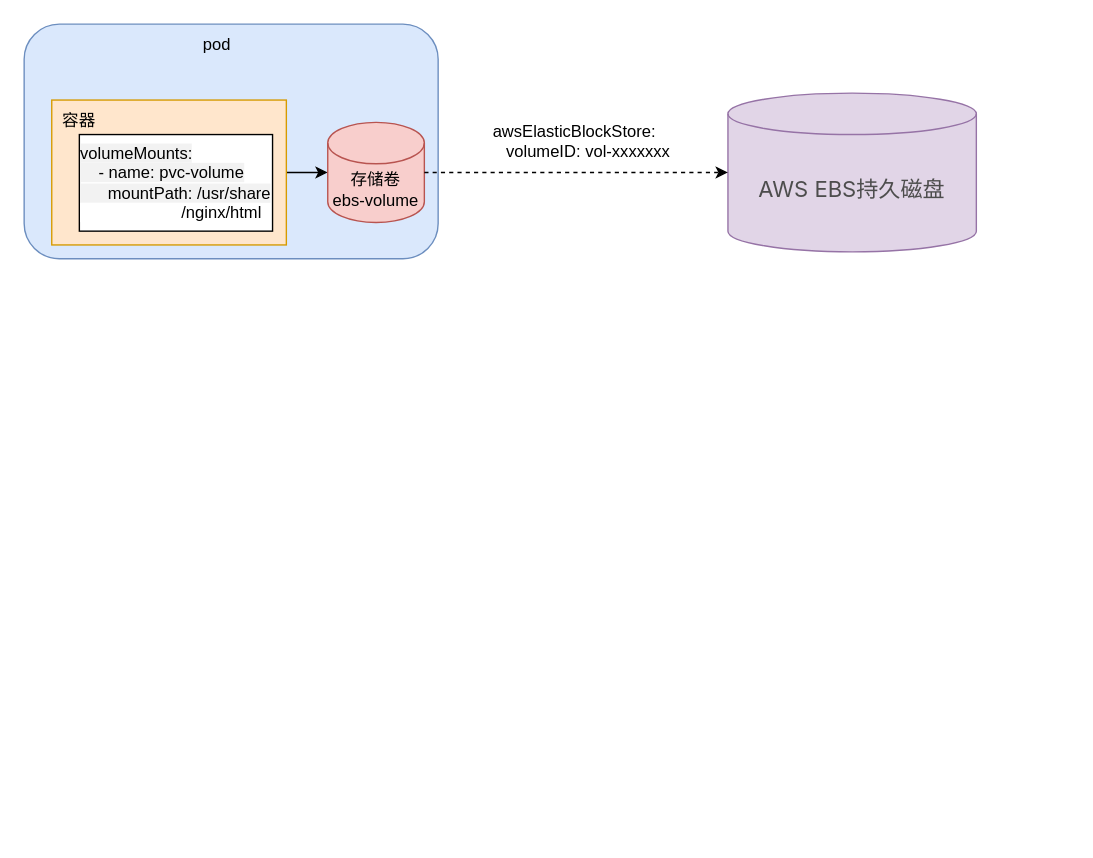
buxiangchixiangcai/draw keeps this draw.io diagram as kubernetes/持久化卷声明和持久化卷两种方式.drawio. Above is the earlier version. Source tidied: cells renumbered, new cells numbered last; positions are measured from the earlier drawing's top-left corner, leaving out a move shared by most shapes. Both pictures are drawn from the tidied source at 138%, with x=0, y=0 at pixel (23, 23).
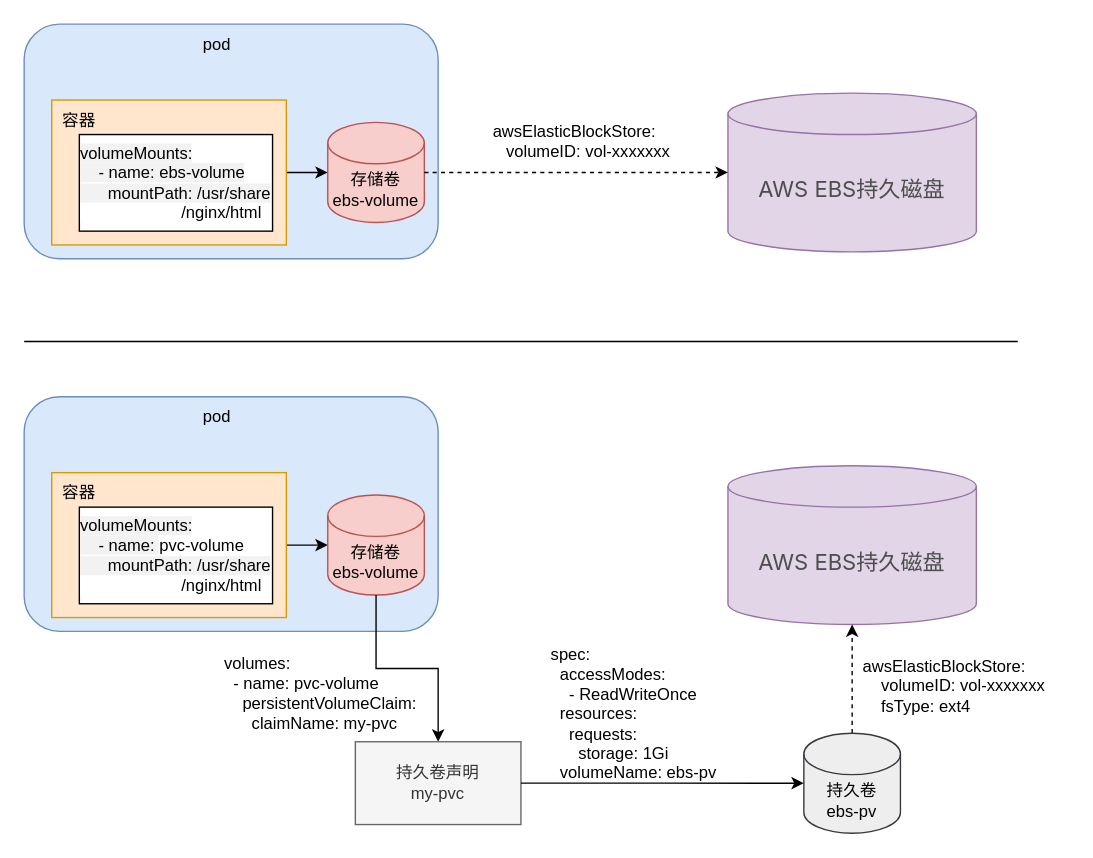
The same page after the edit.

Commit message (it also covers changes not shown here):
更新持久化卷声明和持久化卷两种方式.drawio

Diff of the diagram source:
```diff
@@
-    <mxCell id="8" value="&lt;span style=&quot;background-color: light-dark(#ffffff, var(--ge-dark-color, #121212));&quot;&gt;&lt;span style=&quot;font-variant-ligatures: no-common-ligatures; white-space: pre; background-color: rgba(0, 0, 0, 0.05);&quot;&gt;volumeMounts:&lt;/span&gt;&lt;br style=&quot;font-variant-ligatures: no-common-ligatures; white-space: pre; background-color: rgba(0, 0, 0, 0.05);&quot;&gt;&lt;span style=&quot;font-variant-ligatures: no-common-ligatures; white-space: pre; background-color: rgba(0, 0, 0, 0.05);&quot;&gt;    - name: pvc-volume&lt;/span&gt;&lt;br style=&quot;font-variant-ligatures: no-common-ligatures; white-space: pre; background-color: rgba(0, 0, 0, 0.05);&quot;&gt;&lt;span style=&quot;font-variant-ligatures: no-common-ligatures; white-space: pre; background-color: rgba(0, 0, 0, 0.05);&quot;&gt;      mountPath: /usr/share&lt;/span&gt;&lt;/span&gt;&lt;div&gt;&lt;span style=&quot;font-variant-ligatures: no-common-ligatures; white-space: pre; background-color: light-dark(#ffffff, var(--ge-dark-color, #121212));&quot;&gt;                      /nginx/html&lt;/span&gt;&lt;/div&gt;" style="text;html=1;align=left;verticalAlign=middle;whiteSpace=wrap;rounded=0;" parent="1" vertex="1">
+    <mxCell id="8" value="&lt;span style=&quot;background-color: light-dark(#ffffff, var(--ge-dark-color, #121212));&quot;&gt;&lt;span style=&quot;font-variant-ligatures: no-common-ligatures; white-space: pre; background-color: rgba(0, 0, 0, 0.05);&quot;&gt;volumeMounts:&lt;/span&gt;&lt;br style=&quot;font-variant-ligatures: no-common-ligatures; white-space: pre; background-color: rgba(0, 0, 0, 0.05);&quot;&gt;&lt;span style=&quot;font-variant-ligatures: no-common-ligatures; white-space: pre; background-color: rgba(0, 0, 0, 0.05);&quot;&gt;    - name: ebs-volume&lt;/span&gt;&lt;br style=&quot;font-variant-ligatures: no-common-ligatures; white-space: pre; background-color: rgba(0, 0, 0, 0.05);&quot;&gt;&lt;span style=&quot;font-variant-ligatures: no-common-ligatures; white-space: pre; background-color: rgba(0, 0, 0, 0.05);&quot;&gt;      mountPath: /usr/share&lt;/span&gt;&lt;/span&gt;&lt;div&gt;&lt;span style=&quot;font-variant-ligatures: no-common-ligatures; white-space: pre; background-color: light-dark(#ffffff, var(--ge-dark-color, #121212));&quot;&gt;                      /nginx/html&lt;/span&gt;&lt;/div&gt;" style="text;html=1;align=left;verticalAlign=middle;whiteSpace=wrap;rounded=0;" parent="1" vertex="1">
       <mxGeometry x="39" y="85" width="150" height="60" as="geometry" />
     </mxCell>
@@
+    <mxCell id="13" style="rounded=1;whiteSpace=wrap;html=1;fillColor=#dae8fc;strokeColor=#6c8ebf;" parent="1" vertex="1">
+      <mxGeometry y="270" width="300" height="170" as="geometry" />
+    </mxCell>
+    <mxCell id="14" style="edgeStyle=orthogonalEdgeStyle;rounded=0;jettySize=auto;html=1;" parent="1" edge="1" source="15" target="20">
+      <mxGeometry relative="1" as="geometry" />
+    </mxCell>
+    <mxCell id="15" style="rounded=0;whiteSpace=wrap;html=1;fillColor=#ffe6cc;strokeColor=#d79b00;" parent="1" vertex="1">
+      <mxGeometry x="20" y="325" width="170" height="105" as="geometry" />
+    </mxCell>
+    <mxCell id="16" style="rounded=0;whiteSpace=wrap;html=1;" parent="1" vertex="1">
+      <mxGeometry x="40" y="350" width="140" height="70" as="geometry" />
+    </mxCell>
+    <mxCell id="17" value="容器" style="text;html=1;align=center;verticalAlign=middle;whiteSpace=wrap;rounded=0;" parent="1" vertex="1">
+      <mxGeometry x="10" y="325" width="60" height="30" as="geometry" />
+    </mxCell>
+    <mxCell id="18" value="pod" style="text;html=1;align=center;verticalAlign=middle;whiteSpace=wrap;rounded=0;" parent="1" vertex="1">
+      <mxGeometry x="110" y="270" width="60" height="30" as="geometry" />
+    </mxCell>
+    <mxCell id="19" value="&lt;span style=&quot;background-color: light-dark(#ffffff, var(--ge-dark-color, #121212));&quot;&gt;&lt;span style=&quot;font-variant-ligatures: no-common-ligatures; white-space: pre; background-color: rgba(0, 0, 0, 0.05);&quot;&gt;volumeMounts:&lt;/span&gt;&lt;br style=&quot;font-variant-ligatures: no-common-ligatures; white-space: pre; background-color: rgba(0, 0, 0, 0.05);&quot;&gt;&lt;span style=&quot;font-variant-ligatures: no-common-ligatures; white-space: pre; background-color: rgba(0, 0, 0, 0.05);&quot;&gt;    - name: &lt;/span&gt;&lt;span style=&quot;font-variant-ligatures: no-common-ligatures; white-space: pre;&quot;&gt;pvc-volume&lt;/span&gt;&lt;br style=&quot;font-variant-ligatures: no-common-ligatures; white-space: pre; background-color: rgba(0, 0, 0, 0.05);&quot;&gt;&lt;span style=&quot;font-variant-ligatures: no-common-ligatures; white-space: pre; background-color: rgba(0, 0, 0, 0.05);&quot;&gt;      mountPath: /usr/share&lt;/span&gt;&lt;/span&gt;&lt;div&gt;&lt;span style=&quot;font-variant-ligatures: no-common-ligatures; white-space: pre; background-color: light-dark(#ffffff, var(--ge-dark-color, #121212));&quot;&gt;                      /nginx/html&lt;/span&gt;&lt;/div&gt;" style="text;html=1;align=left;verticalAlign=middle;whiteSpace=wrap;rounded=0;" parent="1" vertex="1">
+      <mxGeometry x="39" y="355" width="150" height="60" as="geometry" />
+    </mxCell>
+    <mxCell id="20" value="存储卷&lt;div&gt;&lt;span style=&quot;font-variant-ligatures: no-common-ligatures; text-align: start; white-space: pre;&quot;&gt;&lt;font style=&quot;&quot;&gt;ebs-volume&lt;/font&gt;&lt;/span&gt;&lt;/div&gt;" style="shape=cylinder3;whiteSpace=wrap;html=1;boundedLbl=1;backgroundOutline=1;size=15;fillColor=#f8cecc;strokeColor=#b85450;" parent="1" vertex="1">
+      <mxGeometry x="220" y="341.2" width="70" height="72.5" as="geometry" />
+    </mxCell>
+    <mxCell id="21" value="&lt;span style=&quot;color: rgb(77, 77, 77); font-family: -apple-system, &amp;quot;SF UI Text&amp;quot;, Arial, &amp;quot;PingFang SC&amp;quot;, &amp;quot;Hiragino Sans GB&amp;quot;, &amp;quot;Microsoft YaHei&amp;quot;, &amp;quot;WenQuanYi Micro Hei&amp;quot;, sans-serif; font-size: 16px; font-variant-ligatures: no-common-ligatures; text-align: start;&quot;&gt;AWS EBS持久磁盘&lt;/span&gt;" style="shape=cylinder3;whiteSpace=wrap;html=1;boundedLbl=1;backgroundOutline=1;size=15;fillColor=#e1d5e7;strokeColor=#9673a6;" parent="1" vertex="1">
+      <mxGeometry x="510" y="320" width="180" height="115" as="geometry" />
+    </mxCell>
+    <mxCell id="22" style="edgeStyle=orthogonalEdgeStyle;rounded=0;jettySize=auto;html=1;entryX=0.5;entryY=0;entryDx=0;entryDy=0;" parent="1" edge="1" source="20" target="25">
+      <mxGeometry relative="1" as="geometry" />
+    </mxCell>
+    <mxCell id="23" value="&lt;div style=&quot;text-align: start;&quot;&gt;&lt;span style=&quot;font-variant-ligatures: no-common-ligatures; white-space: pre;&quot;&gt;volumes:&lt;br/&gt;  - name: pvc-volume&lt;br/&gt;    persistentVolumeClaim:&lt;br/&gt;      claimName: my-pvc&lt;/span&gt;&lt;/div&gt;" style="text;html=1;align=center;verticalAlign=middle;whiteSpace=wrap;rounded=0;" parent="1" vertex="1">
+      <mxGeometry x="150" y="470" width="130" height="30" as="geometry" />
+    </mxCell>
+    <mxCell id="24" style="endArrow=none;html=1;rounded=0;" parent="1" edge="1">
+      <mxGeometry relative="1" as="geometry">
+        <mxPoint y="230" as="sourcePoint" />
+        <mxPoint x="720" y="230" as="targetPoint" />
+      </mxGeometry>
+    </mxCell>
+    <mxCell id="25" value="持久卷声明&lt;div&gt;my-pvc&lt;/div&gt;" style="rounded=0;whiteSpace=wrap;html=1;fillColor=#f5f5f5;fontColor=#333333;strokeColor=#666666;" parent="1" vertex="1">
+      <mxGeometry x="240" y="520" width="120" height="60" as="geometry" />
+    </mxCell>
+    <mxCell id="26" style="edgeStyle=orthogonalEdgeStyle;rounded=0;jettySize=auto;html=1;dashed=1;" parent="1" edge="1" source="27" target="21">
+      <mxGeometry relative="1" as="geometry" />
+    </mxCell>
+    <mxCell id="27" value="持久卷&lt;div&gt;&lt;span style=&quot;font-variant-ligatures: no-common-ligatures; text-align: start; white-space: pre;&quot;&gt;&lt;font style=&quot;&quot;&gt;ebs-pv&lt;/font&gt;&lt;/span&gt;&lt;/div&gt;" style="shape=cylinder3;whiteSpace=wrap;html=1;boundedLbl=1;backgroundOutline=1;size=15;fillColor=#eeeeee;strokeColor=#36393d;" parent="1" vertex="1">
+      <mxGeometry x="565" y="513.8" width="70" height="72.5" as="geometry" />
+    </mxCell>
+    <mxCell id="28" style="edgeStyle=orthogonalEdgeStyle;rounded=0;jettySize=auto;html=1;entryX=0;entryY=0.5;entryDx=0;entryDy=0;entryPerimeter=0;" parent="1" edge="1" source="25" target="27">
+      <mxGeometry relative="1" as="geometry" />
+    </mxCell>
+    <mxCell id="29" value="&lt;div&gt;spec:&lt;/div&gt;&lt;div&gt;&amp;nbsp; accessModes:&lt;/div&gt;&lt;div&gt;&amp;nbsp; &amp;nbsp; - ReadWriteOnce&lt;/div&gt;&lt;div&gt;&amp;nbsp; resources:&lt;/div&gt;&lt;div&gt;&amp;nbsp; &amp;nbsp; requests:&lt;/div&gt;&lt;div&gt;&amp;nbsp; &amp;nbsp; &amp;nbsp; storage: 1Gi&lt;/div&gt;&lt;div&gt;&amp;nbsp; volumeName: ebs-pv&lt;/div&gt;" style="text;html=1;align=left;verticalAlign=middle;whiteSpace=wrap;rounded=0;" parent="1" vertex="1">
+      <mxGeometry x="380" y="450" width="160" height="100" as="geometry" />
+    </mxCell>
+    <mxCell id="30" value="&lt;div&gt;awsElasticBlockStore:&lt;/div&gt;&lt;div style=&quot;&quot;&gt;&amp;nbsp; &amp;nbsp; volumeID: vol-xxxxxxx&amp;nbsp;&lt;/div&gt;&lt;div&gt;&amp;nbsp; &amp;nbsp; fsType: ext4&lt;/div&gt;" style="text;html=1;align=left;verticalAlign=middle;whiteSpace=wrap;rounded=0;" parent="1" vertex="1">
+      <mxGeometry x="606" y="450" width="151" height="60" as="geometry" />
+    </mxCell>
```
